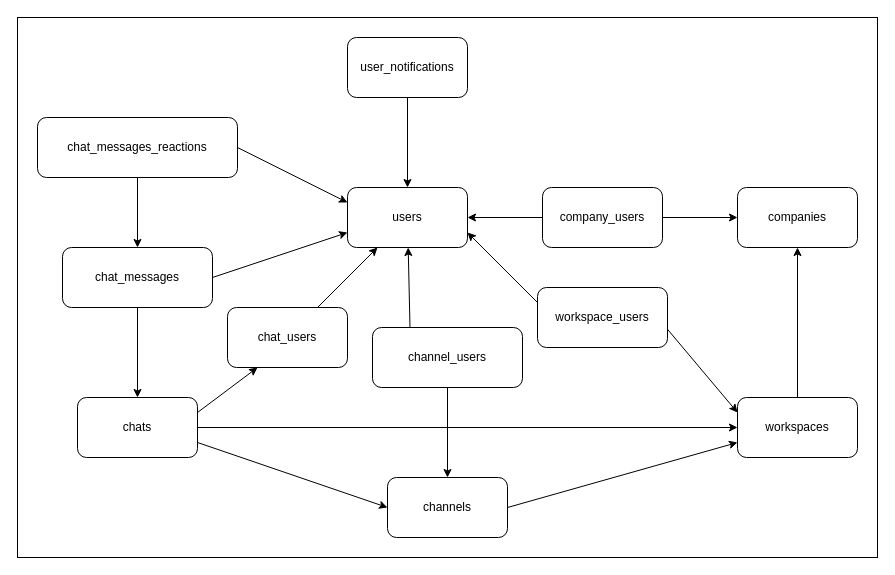
This is docs/data.drawio from DouglasVolcato/messenger, a draw.io file, before an edit. Source tidied: cells renumbered, new cells numbered last; positions are measured from the earlier drawing's top-left corner, leaving out a move shared by most shapes. Both pictures are drawn from the tidied source at 100%, with x=0, y=0 at pixel (17, 17).
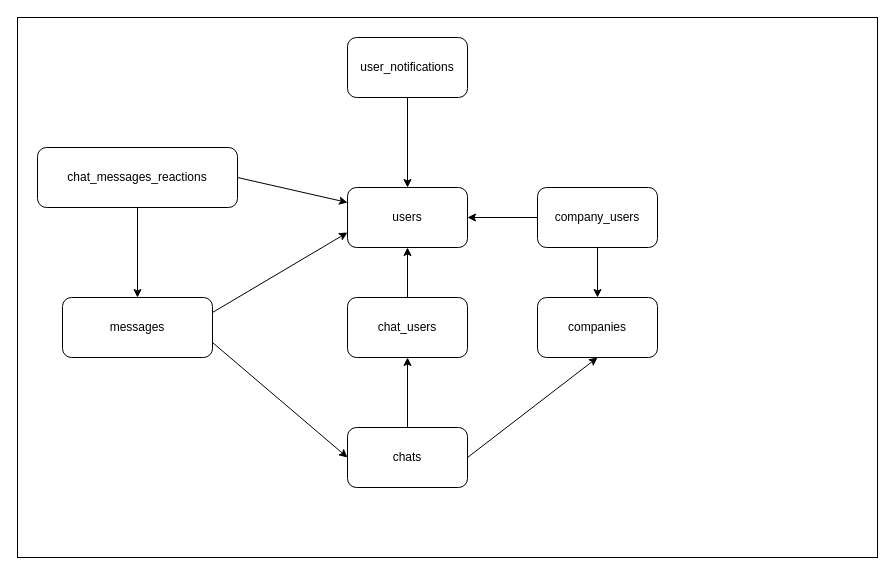
Above is the later version.

Commit message (it also covers changes not shown here):
refactor: make data diagram simpler

Unchanged cells that the change refers to:
```xml
<mxCell id="4" value="users" style="rounded=1;whiteSpace=wrap;html=1;" parent="1" vertex="1">
  <mxGeometry x="330" y="170" width="120" height="60" as="geometry" />
</mxCell>
```

Diff of the diagram source:
```diff
@@
     <mxCell id="3" value="companies" style="rounded=1;whiteSpace=wrap;html=1;" parent="1" vertex="1">
-      <mxGeometry x="720" y="170" width="120" height="60" as="geometry" />
+      <mxGeometry x="520" y="280" width="120" height="60" as="geometry" />
     </mxCell>
@@
-    <mxCell id="6" style="edgeStyle=none;html=1;exitX=1;exitY=0.5;exitDx=0;exitDy=0;entryX=0;entryY=0.5;entryDx=0;entryDy=0;" parent="1" edge="1" source="7" target="3">
+    <mxCell id="6" style="edgeStyle=none;html=1;exitX=0.5;exitY=1;exitDx=0;exitDy=0;entryX=0.5;entryY=0;entryDx=0;entryDy=0;" parent="1" edge="1" source="7" target="3">
       <mxGeometry relative="1" as="geometry" />
     </mxCell>
     <mxCell id="7" value="company_users" style="rounded=1;whiteSpace=wrap;html=1;" parent="1" vertex="1">
-      <mxGeometry x="525" y="170" width="120" height="60" as="geometry" />
+      <mxGeometry x="520" y="170" width="120" height="60" as="geometry" />
     </mxCell>
-    <mxCell id="8" style="edgeStyle=none;html=1;exitX=1;exitY=0.5;exitDx=0;exitDy=0;entryX=0;entryY=0.75;entryDx=0;entryDy=0;" parent="1" edge="1" source="9" target="15">
-      <mxGeometry relative="1" as="geometry" />
-    </mxCell>
-    <mxCell id="9" value="channels" style="rounded=1;whiteSpace=wrap;html=1;" parent="1" vertex="1">
-      <mxGeometry x="370" y="460" width="120" height="60" as="geometry" />
-    </mxCell>
-    <mxCell id="10" style="edgeStyle=none;html=1;exitX=1;exitY=0.75;exitDx=0;exitDy=0;entryX=0;entryY=0.5;entryDx=0;entryDy=0;" parent="1" edge="1" source="13" target="9">
-      <mxGeometry relative="1" as="geometry" />
-    </mxCell>
-    <mxCell id="11" style="edgeStyle=none;html=1;exitX=1;exitY=0.5;exitDx=0;exitDy=0;" parent="1" edge="1" source="13" target="15">
-      <mxGeometry relative="1" as="geometry" />
-    </mxCell>
-    <mxCell id="12" style="edgeStyle=none;html=1;exitX=1;exitY=0.25;exitDx=0;exitDy=0;entryX=0.25;entryY=1;entryDx=0;entryDy=0;" parent="1" edge="1" source="13" target="31">
+    <mxCell id="12" style="edgeStyle=none;html=1;exitX=0.5;exitY=0;exitDx=0;exitDy=0;entryX=0.5;entryY=1;entryDx=0;entryDy=0;" parent="1" edge="1" source="13" target="31">
       <mxGeometry relative="1" as="geometry" />
     </mxCell>
     <mxCell id="13" value="chats" style="rounded=1;whiteSpace=wrap;html=1;" parent="1" vertex="1">
-      <mxGeometry x="60" y="380" width="120" height="60" as="geometry" />
+      <mxGeometry x="330" y="410" width="120" height="60" as="geometry" />
     </mxCell>
-    <mxCell id="14" style="edgeStyle=none;html=1;exitX=0.5;exitY=0;exitDx=0;exitDy=0;entryX=0.5;entryY=1;entryDx=0;entryDy=0;" parent="1" edge="1" source="15" target="3">
+    <mxCell id="14" style="edgeStyle=none;html=1;exitX=1;exitY=0.5;exitDx=0;exitDy=0;entryX=0.5;entryY=1;entryDx=0;entryDy=0;" parent="1" edge="1" source="13" target="3">
       <mxGeometry relative="1" as="geometry" />
     </mxCell>
-    <mxCell id="15" value="workspaces" style="rounded=1;whiteSpace=wrap;html=1;" parent="1" vertex="1">
-      <mxGeometry x="720" y="380" width="120" height="60" as="geometry" />
-    </mxCell>
-    <mxCell id="16" style="edgeStyle=none;html=1;exitX=0.5;exitY=1;exitDx=0;exitDy=0;entryX=0.5;entryY=0;entryDx=0;entryDy=0;" parent="1" edge="1" source="18" target="13">
+    <mxCell id="16" style="edgeStyle=none;html=1;exitX=1;exitY=0.75;exitDx=0;exitDy=0;entryX=0;entryY=0.5;entryDx=0;entryDy=0;" parent="1" edge="1" source="18" target="13">
       <mxGeometry relative="1" as="geometry" />
     </mxCell>
-    <mxCell id="17" style="edgeStyle=none;html=1;exitX=1;exitY=0.5;exitDx=0;exitDy=0;entryX=0;entryY=0.75;entryDx=0;entryDy=0;" parent="1" edge="1" source="18" target="4">
+    <mxCell id="17" style="edgeStyle=none;html=1;exitX=1;exitY=0.25;exitDx=0;exitDy=0;entryX=0;entryY=0.75;entryDx=0;entryDy=0;" parent="1" edge="1" source="18" target="4">
       <mxGeometry relative="1" as="geometry" />
     </mxCell>
-    <mxCell id="18" value="chat_messages" style="rounded=1;whiteSpace=wrap;html=1;" parent="1" vertex="1">
-      <mxGeometry x="45" y="230" width="150" height="60" as="geometry" />
+    <mxCell id="18" value="messages" style="rounded=1;whiteSpace=wrap;html=1;" parent="1" vertex="1">
+      <mxGeometry x="45" y="280" width="150" height="60" as="geometry" />
     </mxCell>
-    <mxCell id="19" style="edgeStyle=none;html=1;exitX=0;exitY=0.25;exitDx=0;exitDy=0;entryX=1;entryY=0.75;entryDx=0;entryDy=0;" parent="1" edge="1" source="21" target="4">
-      <mxGeometry relative="1" as="geometry" />
-    </mxCell>
-    <mxCell id="20" style="edgeStyle=none;html=1;exitX=0.98;exitY=0.645;exitDx=0;exitDy=0;entryX=0;entryY=0.25;entryDx=0;entryDy=0;exitPerimeter=0;" parent="1" edge="1" source="21" target="15">
-      <mxGeometry relative="1" as="geometry" />
-    </mxCell>
-    <mxCell id="21" value="workspace_users" style="rounded=1;whiteSpace=wrap;html=1;" parent="1" vertex="1">
-      <mxGeometry x="520" y="270" width="130" height="60" as="geometry" />
-    </mxCell>
-    <mxCell id="22" style="edgeStyle=none;html=1;exitX=0.5;exitY=1;exitDx=0;exitDy=0;entryX=0.5;entryY=0;entryDx=0;entryDy=0;" parent="1" edge="1" source="24" target="9">
-      <mxGeometry relative="1" as="geometry" />
-    </mxCell>
-    <mxCell id="23" style="edgeStyle=none;html=1;exitX=0.25;exitY=0;exitDx=0;exitDy=0;" parent="1" edge="1" source="24" target="4">
-      <mxGeometry relative="1" as="geometry" />
-    </mxCell>
-    <mxCell id="24" value="channel_users" style="rounded=1;whiteSpace=wrap;html=1;" parent="1" vertex="1">
-      <mxGeometry x="355" y="310" width="150" height="60" as="geometry" />
-    </mxCell>
@@
     <mxCell id="27" value="chat_messages_reactions" style="rounded=1;whiteSpace=wrap;html=1;" parent="1" vertex="1">
-      <mxGeometry x="20" y="100" width="200" height="60" as="geometry" />
+      <mxGeometry x="20" y="130" width="200" height="60" as="geometry" />
     </mxCell>
@@
-    <mxCell id="30" style="edgeStyle=none;html=1;exitX=0.75;exitY=0;exitDx=0;exitDy=0;entryX=0.25;entryY=1;entryDx=0;entryDy=0;" parent="1" edge="1" source="31" target="4">
+    <mxCell id="30" style="edgeStyle=none;html=1;exitX=0.5;exitY=0;exitDx=0;exitDy=0;entryX=0.5;entryY=1;entryDx=0;entryDy=0;" parent="1" edge="1" source="31" target="4">
       <mxGeometry relative="1" as="geometry" />
     </mxCell>
     <mxCell id="31" value="chat_users" style="rounded=1;whiteSpace=wrap;html=1;" parent="1" vertex="1">
-      <mxGeometry x="210" y="290" width="120" height="60" as="geometry" />
+      <mxGeometry x="330" y="280" width="120" height="60" as="geometry" />
     </mxCell>
```
